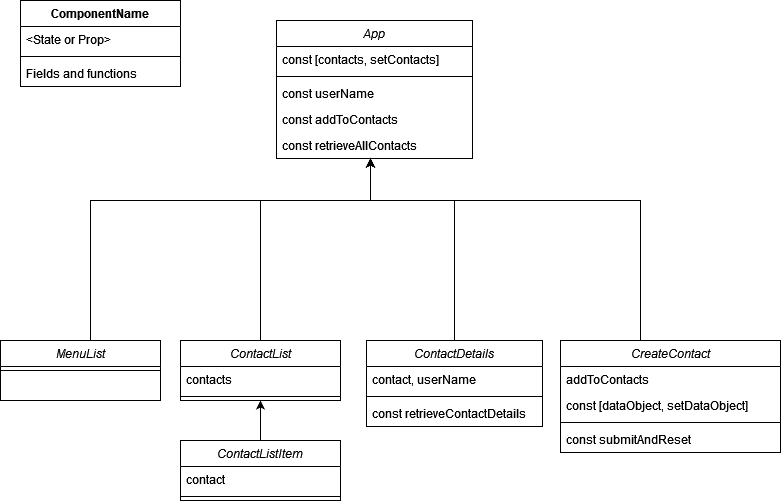
This is component_tree_light.png from boolean-uk/react-address-book-part-1, a draw.io export, as it was before one commit. Source tidied: cells renumbered, new cells last; positions are measured from the earlier drawing's top-left corner, leaving out a move shared by most shapes. Source of this version:
```xml
<mxGraphModel>
  <root>
    <mxCell id="0" />
    <mxCell id="1" parent="0" />
    <mxCell id="2" value="App" style="swimlane;fontStyle=2;align=center;verticalAlign=top;horizontal=1;startSize=26;rounded=0;shadow=0;strokeWidth=1;" parent="1" vertex="1">
      <mxGeometry x="276" y="20" width="196" height="138" as="geometry" />
    </mxCell>
    <mxCell id="3" value="const [contacts, setContacts]" style="text;strokeColor=none;fillColor=none;align=left;verticalAlign=top;spacingLeft=4;spacingRight=4;overflow=hidden;whiteSpace=wrap;html=1;" parent="2" vertex="1">
      <mxGeometry y="26" width="196" height="26" as="geometry" />
    </mxCell>
    <mxCell id="4" style="line;html=1;strokeWidth=1;align=left;verticalAlign=middle;spacingTop=-1;spacingLeft=3;spacingRight=3;labelPosition=right;" parent="2" vertex="1">
      <mxGeometry y="52" width="196" height="8" as="geometry" />
    </mxCell>
    <mxCell id="5" value="const userName" style="text;strokeColor=none;fillColor=none;align=left;verticalAlign=top;spacingLeft=4;spacingRight=4;overflow=hidden;whiteSpace=wrap;html=1;" parent="2" vertex="1">
      <mxGeometry y="60" width="196" height="26" as="geometry" />
    </mxCell>
    <mxCell id="6" value="const addToContacts" style="text;strokeColor=none;fillColor=none;align=left;verticalAlign=top;spacingLeft=4;spacingRight=4;overflow=hidden;whiteSpace=wrap;html=1;" parent="2" vertex="1">
      <mxGeometry y="86" width="196" height="26" as="geometry" />
    </mxCell>
    <mxCell id="7" value="const retrieveAllContacts" style="text;strokeColor=none;fillColor=none;align=left;verticalAlign=top;spacingLeft=4;spacingRight=4;overflow=hidden;whiteSpace=wrap;html=1;" parent="2" vertex="1">
      <mxGeometry y="112" width="196" height="26" as="geometry" />
    </mxCell>
    <mxCell id="8" style="edgeStyle=orthogonalEdgeStyle;rounded=0;jettySize=auto;html=1;" parent="1" edge="1" source="9" target="2">
      <mxGeometry relative="1" as="geometry">
        <Array as="points">
          <mxPoint x="90" y="200" />
          <mxPoint x="370" y="200" />
        </Array>
      </mxGeometry>
    </mxCell>
    <mxCell id="9" value="MenuList" style="swimlane;fontStyle=2;align=center;verticalAlign=top;horizontal=1;startSize=26;rounded=0;shadow=0;strokeWidth=1;" parent="1" vertex="1">
      <mxGeometry y="340" width="160" height="60" as="geometry" />
    </mxCell>
    <mxCell id="10" style="line;html=1;strokeWidth=1;align=left;verticalAlign=middle;spacingTop=-1;spacingLeft=3;spacingRight=3;labelPosition=right;" parent="9" vertex="1">
      <mxGeometry y="26" width="160" height="8" as="geometry" />
    </mxCell>
    <mxCell id="11" style="edgeStyle=orthogonalEdgeStyle;rounded=0;jettySize=auto;html=1;" parent="1" edge="1" source="12" target="2">
      <mxGeometry relative="1" as="geometry">
        <Array as="points">
          <mxPoint x="260" y="200" />
          <mxPoint x="370" y="200" />
        </Array>
      </mxGeometry>
    </mxCell>
    <mxCell id="12" value="ContactList" style="swimlane;fontStyle=2;align=center;verticalAlign=top;horizontal=1;startSize=26;rounded=0;shadow=0;strokeWidth=1;" parent="1" vertex="1">
      <mxGeometry x="180" y="340" width="160" height="60" as="geometry" />
    </mxCell>
    <mxCell id="13" value="contacts" style="text;strokeColor=none;fillColor=none;align=left;verticalAlign=top;spacingLeft=4;spacingRight=4;overflow=hidden;whiteSpace=wrap;html=1;" parent="12" vertex="1">
      <mxGeometry y="26" width="160" height="26" as="geometry" />
    </mxCell>
    <mxCell id="14" style="line;html=1;strokeWidth=1;align=left;verticalAlign=middle;spacingTop=-1;spacingLeft=3;spacingRight=3;labelPosition=right;" parent="12" vertex="1">
      <mxGeometry y="52" width="160" height="8" as="geometry" />
    </mxCell>
    <mxCell id="15" style="edgeStyle=orthogonalEdgeStyle;rounded=0;jettySize=auto;html=1;" parent="1" edge="1" source="16" target="2">
      <mxGeometry relative="1" as="geometry">
        <Array as="points">
          <mxPoint x="454" y="200" />
          <mxPoint x="370" y="200" />
        </Array>
      </mxGeometry>
    </mxCell>
    <mxCell id="16" value="ContactDetails" style="swimlane;fontStyle=2;align=center;verticalAlign=top;horizontal=1;startSize=26;rounded=0;shadow=0;strokeWidth=1;" parent="1" vertex="1">
      <mxGeometry x="366" y="340" width="176" height="86" as="geometry" />
    </mxCell>
    <mxCell id="17" value="contact, userName" style="text;strokeColor=none;fillColor=none;align=left;verticalAlign=top;spacingLeft=4;spacingRight=4;overflow=hidden;whiteSpace=wrap;html=1;" parent="16" vertex="1">
      <mxGeometry y="26" width="176" height="26" as="geometry" />
    </mxCell>
    <mxCell id="18" style="line;html=1;strokeWidth=1;align=left;verticalAlign=middle;spacingTop=-1;spacingLeft=3;spacingRight=3;labelPosition=right;" parent="16" vertex="1">
      <mxGeometry y="52" width="176" height="8" as="geometry" />
    </mxCell>
    <mxCell id="19" value="const retrieveContactDetails" style="text;strokeColor=none;fillColor=none;align=left;verticalAlign=top;spacingLeft=4;spacingRight=4;overflow=hidden;whiteSpace=wrap;html=1;" parent="16" vertex="1">
      <mxGeometry y="60" width="176" height="26" as="geometry" />
    </mxCell>
    <mxCell id="20" style="edgeStyle=orthogonalEdgeStyle;rounded=0;jettySize=auto;html=1;" parent="1" edge="1" source="21" target="2">
      <mxGeometry relative="1" as="geometry">
        <Array as="points">
          <mxPoint x="640" y="200" />
          <mxPoint x="370" y="200" />
        </Array>
      </mxGeometry>
    </mxCell>
    <mxCell id="21" value="CreateContact" style="swimlane;fontStyle=2;align=center;verticalAlign=top;horizontal=1;startSize=26;rounded=0;shadow=0;strokeWidth=1;" parent="1" vertex="1">
      <mxGeometry x="560" y="340" width="220" height="112" as="geometry" />
    </mxCell>
    <mxCell id="22" value="addToContacts" style="text;strokeColor=none;fillColor=none;align=left;verticalAlign=top;spacingLeft=4;spacingRight=4;overflow=hidden;whiteSpace=wrap;html=1;" parent="21" vertex="1">
      <mxGeometry y="26" width="220" height="26" as="geometry" />
    </mxCell>
    <mxCell id="23" value="const [dataObject, setDataObject]" style="text;strokeColor=none;fillColor=none;align=left;verticalAlign=top;spacingLeft=4;spacingRight=4;overflow=hidden;whiteSpace=wrap;html=1;" parent="21" vertex="1">
      <mxGeometry y="52" width="220" height="26" as="geometry" />
    </mxCell>
    <mxCell id="24" style="line;html=1;strokeWidth=1;align=left;verticalAlign=middle;spacingTop=-1;spacingLeft=3;spacingRight=3;labelPosition=right;" parent="21" vertex="1">
      <mxGeometry y="78" width="220" height="8" as="geometry" />
    </mxCell>
    <mxCell id="25" value="const submitAndReset" style="text;strokeColor=none;fillColor=none;align=left;verticalAlign=top;spacingLeft=4;spacingRight=4;overflow=hidden;whiteSpace=wrap;html=1;" parent="21" vertex="1">
      <mxGeometry y="86" width="220" height="26" as="geometry" />
    </mxCell>
    <mxCell id="26" style="edgeStyle=orthogonalEdgeStyle;rounded=0;jettySize=auto;html=1;" parent="1" edge="1" source="27" target="12">
      <mxGeometry relative="1" as="geometry" />
    </mxCell>
    <mxCell id="27" value="ContactListItem" style="swimlane;fontStyle=2;align=center;verticalAlign=top;horizontal=1;startSize=26;rounded=0;shadow=0;strokeWidth=1;" parent="1" vertex="1">
      <mxGeometry x="180" y="440" width="160" height="60" as="geometry" />
    </mxCell>
    <mxCell id="28" value="contact" style="text;strokeColor=none;fillColor=none;align=left;verticalAlign=top;spacingLeft=4;spacingRight=4;overflow=hidden;whiteSpace=wrap;html=1;" parent="27" vertex="1">
      <mxGeometry y="26" width="160" height="26" as="geometry" />
    </mxCell>
    <mxCell id="29" style="line;html=1;strokeWidth=1;align=left;verticalAlign=middle;spacingTop=-1;spacingLeft=3;spacingRight=3;labelPosition=right;" parent="27" vertex="1">
      <mxGeometry y="52" width="160" height="8" as="geometry" />
    </mxCell>
    <mxCell id="30" value="ComponentName" style="swimlane;fontStyle=1;align=center;verticalAlign=top;horizontal=1;startSize=26;whiteSpace=wrap;html=1;" parent="1" vertex="1">
      <mxGeometry x="20" width="160" height="86" as="geometry" />
    </mxCell>
    <mxCell id="31" value="&amp;lt;State or Prop&amp;gt;" style="text;strokeColor=none;fillColor=none;align=left;verticalAlign=top;spacingLeft=4;spacingRight=4;overflow=hidden;whiteSpace=wrap;html=1;" parent="30" vertex="1">
      <mxGeometry y="26" width="160" height="26" as="geometry" />
    </mxCell>
    <mxCell id="32" style="line;strokeWidth=1;fillColor=none;align=left;verticalAlign=middle;spacingTop=-1;spacingLeft=3;spacingRight=3;labelPosition=right;strokeColor=inherit;" parent="30" vertex="1">
      <mxGeometry y="52" width="160" height="8" as="geometry" />
    </mxCell>
    <mxCell id="33" value="Fields and functions" style="text;strokeColor=none;fillColor=none;align=left;verticalAlign=top;spacingLeft=4;spacingRight=4;overflow=hidden;whiteSpace=wrap;html=1;" parent="30" vertex="1">
      <mxGeometry y="60" width="160" height="26" as="geometry" />
    </mxCell>
  </root>
</mxGraphModel>
```
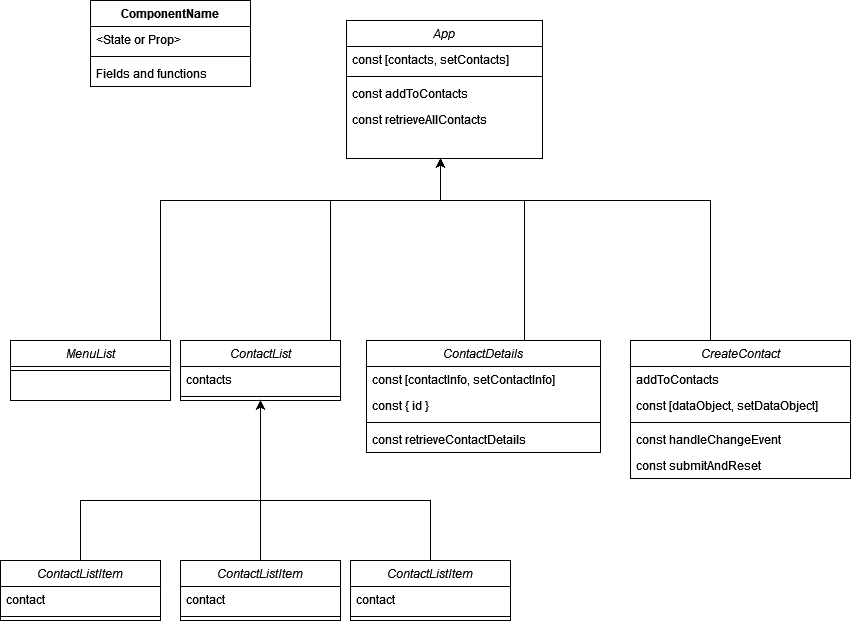
After the commit.

Commit message:
Updated state model and component tree

The edit, as a diff of the source:
```diff
@@ -11,14 +11,11 @@
     <mxCell id="4" style="line;html=1;strokeWidth=1;align=left;verticalAlign=middle;spacingTop=-1;spacingLeft=3;spacingRight=3;labelPosition=right;" parent="2" vertex="1">
       <mxGeometry y="52" width="196" height="8" as="geometry" />
     </mxCell>
-    <mxCell id="5" value="const userName" style="text;strokeColor=none;fillColor=none;align=left;verticalAlign=top;spacingLeft=4;spacingRight=4;overflow=hidden;whiteSpace=wrap;html=1;" parent="2" vertex="1">
-      <mxGeometry y="60" width="196" height="26" as="geometry" />
-    </mxCell>
     <mxCell id="6" value="const addToContacts" style="text;strokeColor=none;fillColor=none;align=left;verticalAlign=top;spacingLeft=4;spacingRight=4;overflow=hidden;whiteSpace=wrap;html=1;" parent="2" vertex="1">
-      <mxGeometry y="86" width="196" height="26" as="geometry" />
+      <mxGeometry y="60" width="196" height="26" as="geometry" />
     </mxCell>
     <mxCell id="7" value="const retrieveAllContacts" style="text;strokeColor=none;fillColor=none;align=left;verticalAlign=top;spacingLeft=4;spacingRight=4;overflow=hidden;whiteSpace=wrap;html=1;" parent="2" vertex="1">
-      <mxGeometry y="112" width="196" height="26" as="geometry" />
+      <mxGeometry y="86" width="196" height="26" as="geometry" />
     </mxCell>
     <mxCell id="8" style="edgeStyle=orthogonalEdgeStyle;rounded=0;jettySize=auto;html=1;" parent="1" edge="1" source="9" target="2">
       <mxGeometry relative="1" as="geometry">
@@ -29,7 +26,7 @@
       </mxGeometry>
     </mxCell>
     <mxCell id="9" value="MenuList" style="swimlane;fontStyle=2;align=center;verticalAlign=top;horizontal=1;startSize=26;rounded=0;shadow=0;strokeWidth=1;" parent="1" vertex="1">
-      <mxGeometry y="340" width="160" height="60" as="geometry" />
+      <mxGeometry x="-60" y="340" width="160" height="60" as="geometry" />
     </mxCell>
     <mxCell id="10" style="line;html=1;strokeWidth=1;align=left;verticalAlign=middle;spacingTop=-1;spacingLeft=3;spacingRight=3;labelPosition=right;" parent="9" vertex="1">
       <mxGeometry y="26" width="160" height="8" as="geometry" />
@@ -43,7 +40,7 @@
       </mxGeometry>
     </mxCell>
     <mxCell id="12" value="ContactList" style="swimlane;fontStyle=2;align=center;verticalAlign=top;horizontal=1;startSize=26;rounded=0;shadow=0;strokeWidth=1;" parent="1" vertex="1">
-      <mxGeometry x="180" y="340" width="160" height="60" as="geometry" />
+      <mxGeometry x="110" y="340" width="160" height="60" as="geometry" />
     </mxCell>
     <mxCell id="13" value="contacts" style="text;strokeColor=none;fillColor=none;align=left;verticalAlign=top;spacingLeft=4;spacingRight=4;overflow=hidden;whiteSpace=wrap;html=1;" parent="12" vertex="1">
       <mxGeometry y="26" width="160" height="26" as="geometry" />
@@ -60,16 +57,19 @@
       </mxGeometry>
     </mxCell>
     <mxCell id="16" value="ContactDetails" style="swimlane;fontStyle=2;align=center;verticalAlign=top;horizontal=1;startSize=26;rounded=0;shadow=0;strokeWidth=1;" parent="1" vertex="1">
-      <mxGeometry x="366" y="340" width="176" height="86" as="geometry" />
+      <mxGeometry x="296" y="340" width="234" height="112" as="geometry" />
     </mxCell>
-    <mxCell id="17" value="contact, userName" style="text;strokeColor=none;fillColor=none;align=left;verticalAlign=top;spacingLeft=4;spacingRight=4;overflow=hidden;whiteSpace=wrap;html=1;" parent="16" vertex="1">
-      <mxGeometry y="26" width="176" height="26" as="geometry" />
+    <mxCell id="17" value="const [contactInfo, setContactInfo]" style="text;strokeColor=none;fillColor=none;align=left;verticalAlign=top;spacingLeft=4;spacingRight=4;overflow=hidden;whiteSpace=wrap;html=1;" parent="16" vertex="1">
+      <mxGeometry y="26" width="234" height="26" as="geometry" />
     </mxCell>
+    <mxCell id="34" value="const { id }" style="text;strokeColor=none;fillColor=none;align=left;verticalAlign=top;spacingLeft=4;spacingRight=4;overflow=hidden;whiteSpace=wrap;html=1;" parent="16" vertex="1">
+      <mxGeometry y="52" width="234" height="26" as="geometry" />
+    </mxCell>
     <mxCell id="18" style="line;html=1;strokeWidth=1;align=left;verticalAlign=middle;spacingTop=-1;spacingLeft=3;spacingRight=3;labelPosition=right;" parent="16" vertex="1">
-      <mxGeometry y="52" width="176" height="8" as="geometry" />
+      <mxGeometry y="78" width="234" height="8" as="geometry" />
     </mxCell>
     <mxCell id="19" value="const retrieveContactDetails" style="text;strokeColor=none;fillColor=none;align=left;verticalAlign=top;spacingLeft=4;spacingRight=4;overflow=hidden;whiteSpace=wrap;html=1;" parent="16" vertex="1">
-      <mxGeometry y="60" width="176" height="26" as="geometry" />
+      <mxGeometry y="86" width="234" height="26" as="geometry" />
     </mxCell>
     <mxCell id="20" style="edgeStyle=orthogonalEdgeStyle;rounded=0;jettySize=auto;html=1;" parent="1" edge="1" source="21" target="2">
       <mxGeometry relative="1" as="geometry">
@@ -80,7 +80,7 @@
       </mxGeometry>
     </mxCell>
     <mxCell id="21" value="CreateContact" style="swimlane;fontStyle=2;align=center;verticalAlign=top;horizontal=1;startSize=26;rounded=0;shadow=0;strokeWidth=1;" parent="1" vertex="1">
-      <mxGeometry x="560" y="340" width="220" height="112" as="geometry" />
+      <mxGeometry x="560" y="340" width="220" height="138" as="geometry" />
     </mxCell>
     <mxCell id="22" value="addToContacts" style="text;strokeColor=none;fillColor=none;align=left;verticalAlign=top;spacingLeft=4;spacingRight=4;overflow=hidden;whiteSpace=wrap;html=1;" parent="21" vertex="1">
       <mxGeometry y="26" width="220" height="26" as="geometry" />
@@ -91,14 +91,22 @@
     <mxCell id="24" style="line;html=1;strokeWidth=1;align=left;verticalAlign=middle;spacingTop=-1;spacingLeft=3;spacingRight=3;labelPosition=right;" parent="21" vertex="1">
       <mxGeometry y="78" width="220" height="8" as="geometry" />
     </mxCell>
+    <mxCell id="35" value="const handleChangeEvent" style="text;strokeColor=none;fillColor=none;align=left;verticalAlign=top;spacingLeft=4;spacingRight=4;overflow=hidden;whiteSpace=wrap;html=1;" parent="21" vertex="1">
+      <mxGeometry y="86" width="220" height="26" as="geometry" />
+    </mxCell>
     <mxCell id="25" value="const submitAndReset" style="text;strokeColor=none;fillColor=none;align=left;verticalAlign=top;spacingLeft=4;spacingRight=4;overflow=hidden;whiteSpace=wrap;html=1;" parent="21" vertex="1">
-      <mxGeometry y="86" width="220" height="26" as="geometry" />
+      <mxGeometry y="112" width="220" height="26" as="geometry" />
     </mxCell>
     <mxCell id="26" style="edgeStyle=orthogonalEdgeStyle;rounded=0;jettySize=auto;html=1;" parent="1" edge="1" source="27" target="12">
-      <mxGeometry relative="1" as="geometry" />
+      <mxGeometry relative="1" as="geometry">
+        <Array as="points">
+          <mxPoint x="10" y="500" />
+          <mxPoint x="190" y="500" />
+        </Array>
+      </mxGeometry>
     </mxCell>
     <mxCell id="27" value="ContactListItem" style="swimlane;fontStyle=2;align=center;verticalAlign=top;horizontal=1;startSize=26;rounded=0;shadow=0;strokeWidth=1;" parent="1" vertex="1">
-      <mxGeometry x="180" y="440" width="160" height="60" as="geometry" />
+      <mxGeometry x="-70" y="560" width="160" height="60" as="geometry" />
     </mxCell>
     <mxCell id="28" value="contact" style="text;strokeColor=none;fillColor=none;align=left;verticalAlign=top;spacingLeft=4;spacingRight=4;overflow=hidden;whiteSpace=wrap;html=1;" parent="27" vertex="1">
       <mxGeometry y="26" width="160" height="26" as="geometry" />
@@ -118,5 +126,34 @@
     <mxCell id="33" value="Fields and functions" style="text;strokeColor=none;fillColor=none;align=left;verticalAlign=top;spacingLeft=4;spacingRight=4;overflow=hidden;whiteSpace=wrap;html=1;" parent="30" vertex="1">
       <mxGeometry y="60" width="160" height="26" as="geometry" />
     </mxCell>
+    <mxCell id="36" style="edgeStyle=orthogonalEdgeStyle;rounded=0;jettySize=auto;html=1;" parent="1" edge="1" source="37" target="12">
+      <mxGeometry relative="1" as="geometry" />
+    </mxCell>
+    <mxCell id="37" value="ContactListItem" style="swimlane;fontStyle=2;align=center;verticalAlign=top;horizontal=1;startSize=26;rounded=0;shadow=0;strokeWidth=1;" parent="1" vertex="1">
+      <mxGeometry x="110" y="560" width="160" height="60" as="geometry" />
+    </mxCell>
+    <mxCell id="38" value="contact" style="text;strokeColor=none;fillColor=none;align=left;verticalAlign=top;spacingLeft=4;spacingRight=4;overflow=hidden;whiteSpace=wrap;html=1;" parent="37" vertex="1">
+      <mxGeometry y="26" width="160" height="26" as="geometry" />
+    </mxCell>
+    <mxCell id="39" style="line;html=1;strokeWidth=1;align=left;verticalAlign=middle;spacingTop=-1;spacingLeft=3;spacingRight=3;labelPosition=right;" parent="37" vertex="1">
+      <mxGeometry y="52" width="160" height="8" as="geometry" />
+    </mxCell>
+    <mxCell id="40" style="edgeStyle=orthogonalEdgeStyle;rounded=0;jettySize=auto;html=1;" parent="1" edge="1" source="41" target="12">
+      <mxGeometry relative="1" as="geometry">
+        <Array as="points">
+          <mxPoint x="360" y="500" />
+          <mxPoint x="190" y="500" />
+        </Array>
+      </mxGeometry>
+    </mxCell>
+    <mxCell id="41" value="ContactListItem" style="swimlane;fontStyle=2;align=center;verticalAlign=top;horizontal=1;startSize=26;rounded=0;shadow=0;strokeWidth=1;" parent="1" vertex="1">
+      <mxGeometry x="280" y="560" width="160" height="60" as="geometry" />
+    </mxCell>
+    <mxCell id="42" value="contact" style="text;strokeColor=none;fillColor=none;align=left;verticalAlign=top;spacingLeft=4;spacingRight=4;overflow=hidden;whiteSpace=wrap;html=1;" parent="41" vertex="1">
+      <mxGeometry y="26" width="160" height="26" as="geometry" />
+    </mxCell>
+    <mxCell id="43" style="line;html=1;strokeWidth=1;align=left;verticalAlign=middle;spacingTop=-1;spacingLeft=3;spacingRight=3;labelPosition=right;" parent="41" vertex="1">
+      <mxGeometry y="52" width="160" height="8" as="geometry" />
+    </mxCell>
   </root>
 </mxGraphModel>
```
